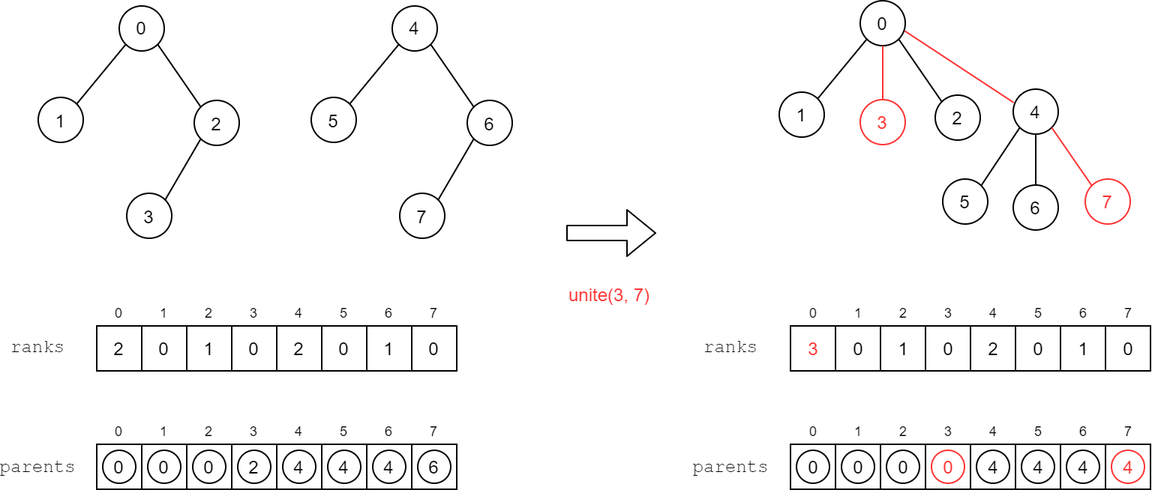
The draw.io diagram report/images/DisjointSetCompressedExample.png in jkomyno/algorithms-hw1, before a commit. Source tidied: cells renumbered, new cells last; positions are measured from the earlier drawing's top-left corner, leaving out a move shared by most shapes.
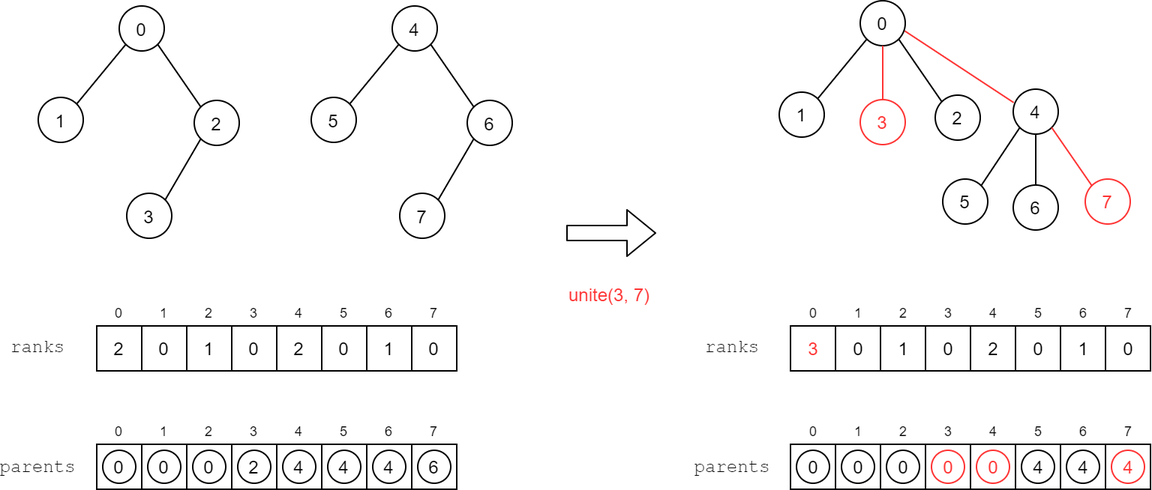
Above is the later version.

Commit message:
Correct the disjoint set example

What changed in the source:
```diff
@@ -242,7 +242,7 @@
     <mxCell id="80" value="&lt;font color=&quot;#ff3333&quot;&gt;0&lt;/font&gt;" style="ellipse;whiteSpace=wrap;html=1;strokeColor=#FF3333;" parent="1" vertex="1">
       <mxGeometry x="620.5" y="300" width="22" height="22" as="geometry" />
     </mxCell>
-    <mxCell id="81" value="4" style="ellipse;whiteSpace=wrap;html=1;" parent="1" vertex="1">
+    <mxCell id="81" value="&lt;font color=&quot;#ff3333&quot;&gt;0&lt;/font&gt;" style="ellipse;whiteSpace=wrap;html=1;strokeColor=#FF3333;" parent="1" vertex="1">
       <mxGeometry x="650.5" y="300" width="22" height="22" as="geometry" />
     </mxCell>
     <mxCell id="82" value="4" style="ellipse;whiteSpace=wrap;html=1;" parent="1" vertex="1">
```
